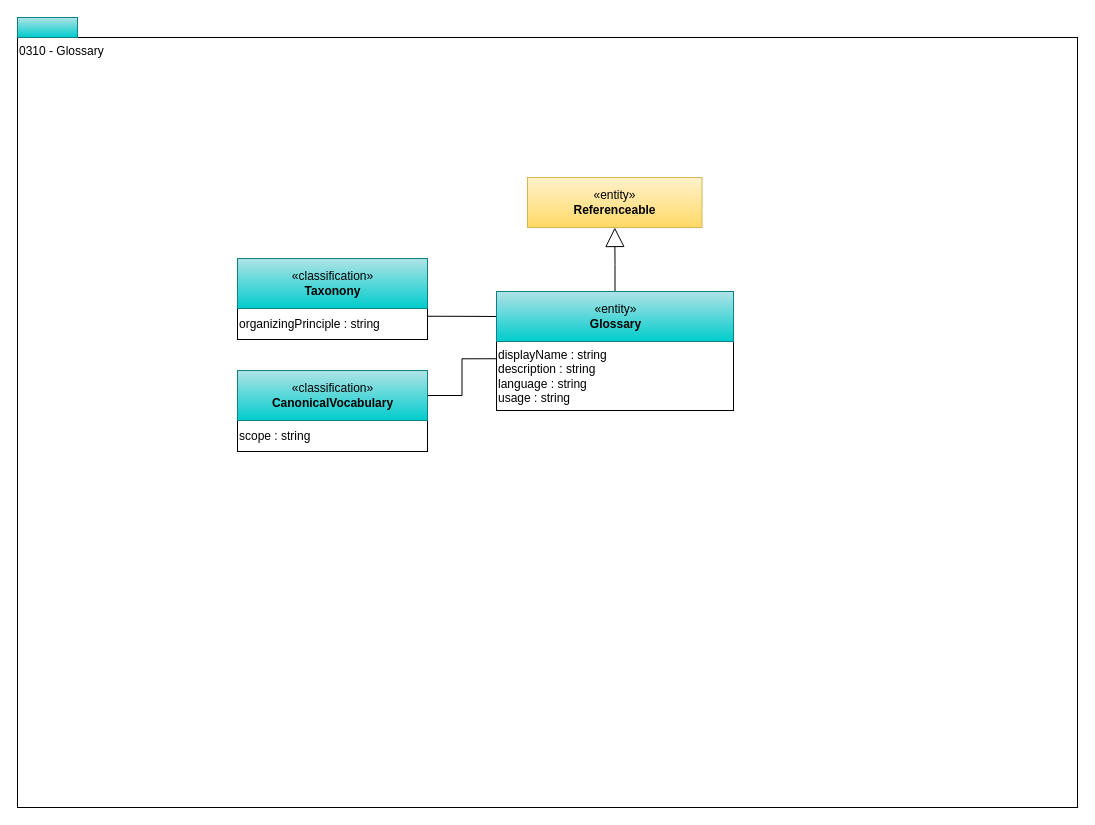
This is page "0310-Glossary" (2 of 13) of site/docs/types/3/area-3-glossary.drawio from odpi/egeria-docs, a draw.io file, before an edit. Source tidied: cells renumbered, new cells numbered last; positions are measured from the earlier drawing's top-left corner, leaving out a move shared by most shapes. Both pictures are drawn from the tidied source at 100%, with x=0, y=0 at pixel (17, 17).
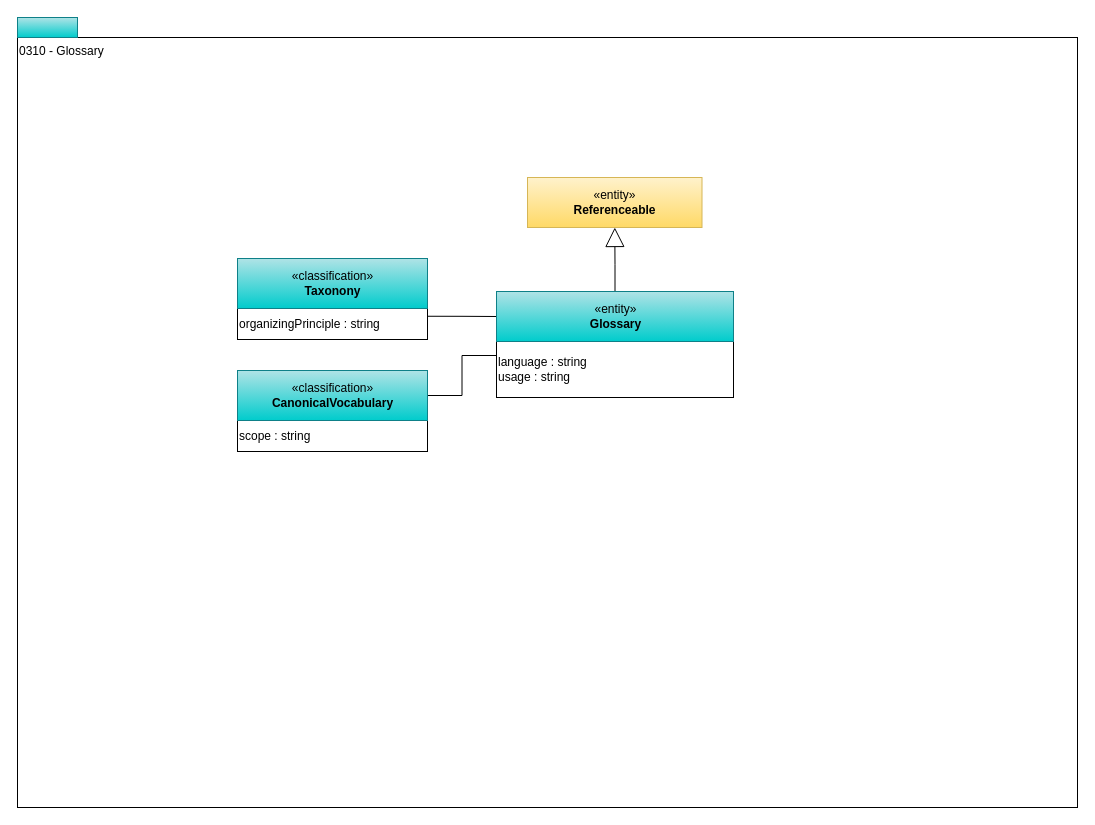
The same page after the edit.

Diff of the diagram source:
```diff
@@
 <mxGraphModel>
   <root>
     <mxCell id="0" />
     <mxCell id="1" parent="0" />
     <mxCell id="2" value="0310 - Glossary" style="rounded=0;whiteSpace=wrap;html=1;align=left;verticalAlign=top;" parent="1" vertex="1">
       <mxGeometry y="20" width="1060" height="770" as="geometry" />
     </mxCell>
     <mxCell id="3" value="organizingPrinciple : string&lt;br&gt;&lt;div style=&quot;text-align: left&quot;&gt;&lt;/div&gt;" style="rounded=0;whiteSpace=wrap;html=1;strokeColor=#000000;gradientColor=#ffffff;align=left;" parent="1" vertex="1">
       <mxGeometry x="220" y="291" width="190" height="31" as="geometry" />
     </mxCell>
     <mxCell id="4" style="edgeStyle=orthogonalEdgeStyle;rounded=0;jettySize=auto;html=1;exitX=1;exitY=0.25;exitDx=0;exitDy=0;endArrow=none;endFill=0;" parent="1" edge="1" source="3" target="10">
       <mxGeometry relative="1" as="geometry" />
     </mxCell>
     <mxCell id="5" value="«classification»&lt;br&gt;&lt;b&gt;Taxonony&lt;/b&gt;" style="html=1;strokeColor=#0e8088;align=center;fillColor=#b0e3e6;gradientColor=#00CCCC;" parent="1" vertex="1">
       <mxGeometry x="220" y="241" width="190" height="50" as="geometry" />
     </mxCell>
     <mxCell id="6" value="«entity»&lt;br&gt;&lt;b&gt;Referenceable&lt;/b&gt;" style="html=1;strokeColor=#d6b656;align=center;fillColor=#fff2cc;gradientColor=#ffd966;" parent="1" vertex="1">
       <mxGeometry x="510" y="160" width="174.5" height="50" as="geometry" />
     </mxCell>
-    <mxCell id="7" value="displayName : string&lt;br&gt;description : string&lt;br&gt;language : string&lt;br&gt;usage : string" style="rounded=0;whiteSpace=wrap;html=1;strokeColor=#000000;gradientColor=#ffffff;align=left;" parent="1" vertex="1">
-      <mxGeometry x="479" y="324" width="237" height="69" as="geometry" />
+    <mxCell id="7" value="language : string&lt;br&gt;usage : string" style="rounded=0;whiteSpace=wrap;html=1;strokeColor=#000000;gradientColor=#ffffff;align=left;" parent="1" vertex="1">
+      <mxGeometry x="479" y="324" width="237" height="56" as="geometry" />
     </mxCell>
     <mxCell id="8" style="rounded=0;whiteSpace=wrap;html=1;align=left;fillColor=#b0e3e6;strokeColor=#0e8088;gradientColor=#00CCCC;" parent="1" vertex="1">
       <mxGeometry width="60" height="20" as="geometry" />
     </mxCell>
     <mxCell id="9" style="edgeStyle=orthogonalEdgeStyle;rounded=0;jettySize=auto;html=1;exitX=0.5;exitY=0;exitDx=0;exitDy=0;endArrow=block;endFill=0;endSize=17;" parent="1" edge="1" source="10" target="6">
       <mxGeometry relative="1" as="geometry" />
     </mxCell>
     <mxCell id="10" value="«entity»&lt;br&gt;&lt;b&gt;Glossary&lt;/b&gt;" style="html=1;strokeColor=#0e8088;align=center;fillColor=#b0e3e6;gradientColor=#00CCCC;" parent="1" vertex="1">
       <mxGeometry x="479" y="274" width="237" height="50" as="geometry" />
     </mxCell>
     <mxCell id="11" value="scope : string&lt;br&gt;&lt;div style=&quot;text-align: left&quot;&gt;&lt;/div&gt;" style="rounded=0;whiteSpace=wrap;html=1;strokeColor=#000000;gradientColor=#ffffff;align=left;" parent="1" vertex="1">
       <mxGeometry x="220" y="403" width="190" height="31" as="geometry" />
     </mxCell>
     <mxCell id="12" style="edgeStyle=orthogonalEdgeStyle;rounded=0;jettySize=auto;html=1;exitX=1;exitY=0.5;exitDx=0;exitDy=0;endArrow=none;endFill=0;entryX=0;entryY=0.25;entryDx=0;entryDy=0;" parent="1" edge="1" source="13" target="7">
       <mxGeometry relative="1" as="geometry" />
     </mxCell>
     <mxCell id="13" value="«classification»&lt;br&gt;&lt;b&gt;CanonicalVocabulary&lt;/b&gt;" style="html=1;strokeColor=#0e8088;align=center;fillColor=#b0e3e6;gradientColor=#00CCCC;" parent="1" vertex="1">
       <mxGeometry x="220" y="353" width="190" height="50" as="geometry" />
     </mxCell>
   </root>
 </mxGraphModel>
```
